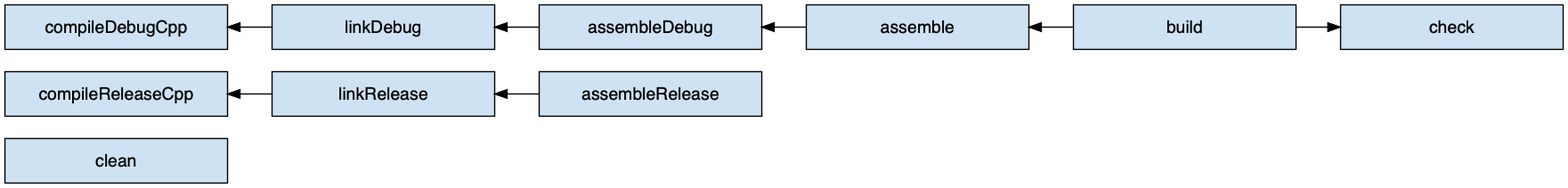
The Graphviz diagram subprojects/docs/src/docs/userguide/img/cpp-application-task-graph.png in gradle/gradle, before a commit. Its source is kept beside it as subprojects/docs/src/docs/userguide/img/cpp-application-task-graph.dot.
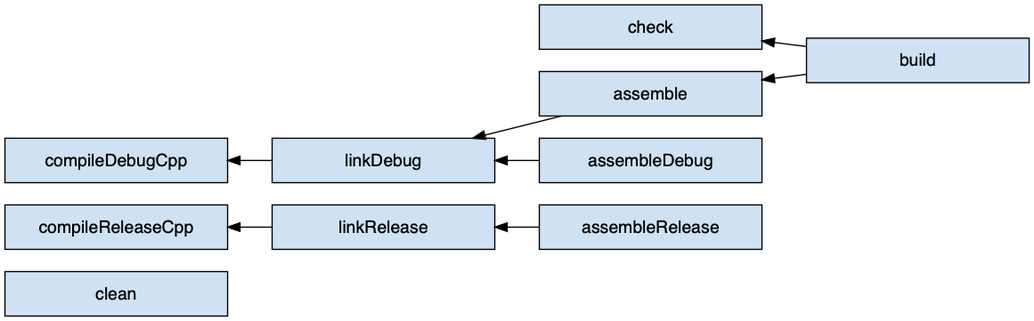
Above is the later version.

Commit message:
Fix various issue with C++ Application Plugin chapter

The edit, as a diff of the source:
```diff
@@ -7,11 +7,15 @@
   node [style=filled, fillcolor="#cfe2f3"]
   rankdir=LR
 
-  compileDebugCpp -> linkDebug -> assembleDebug -> assemble -> build [dir=back]
-  build -> check
+  compileDebugCpp -> linkDebug -> assemble -> build [dir=back]
+  linkDebug -> assembleDebug [dir=back]
+  check -> build [dir=back]
   compileReleaseCpp -> linkRelease -> assembleRelease [dir=back]
   clean
 
   compileDebugCpp -> compileReleaseCpp -> clean [style=invis]
   {rank=same compileDebugCpp compileReleaseCpp clean}
+
+  check -> assemble -> assembleDebug -> assembleRelease [style=invis]
+  {rank=same check assemble assembleDebug assembleRelease}
 }
```
